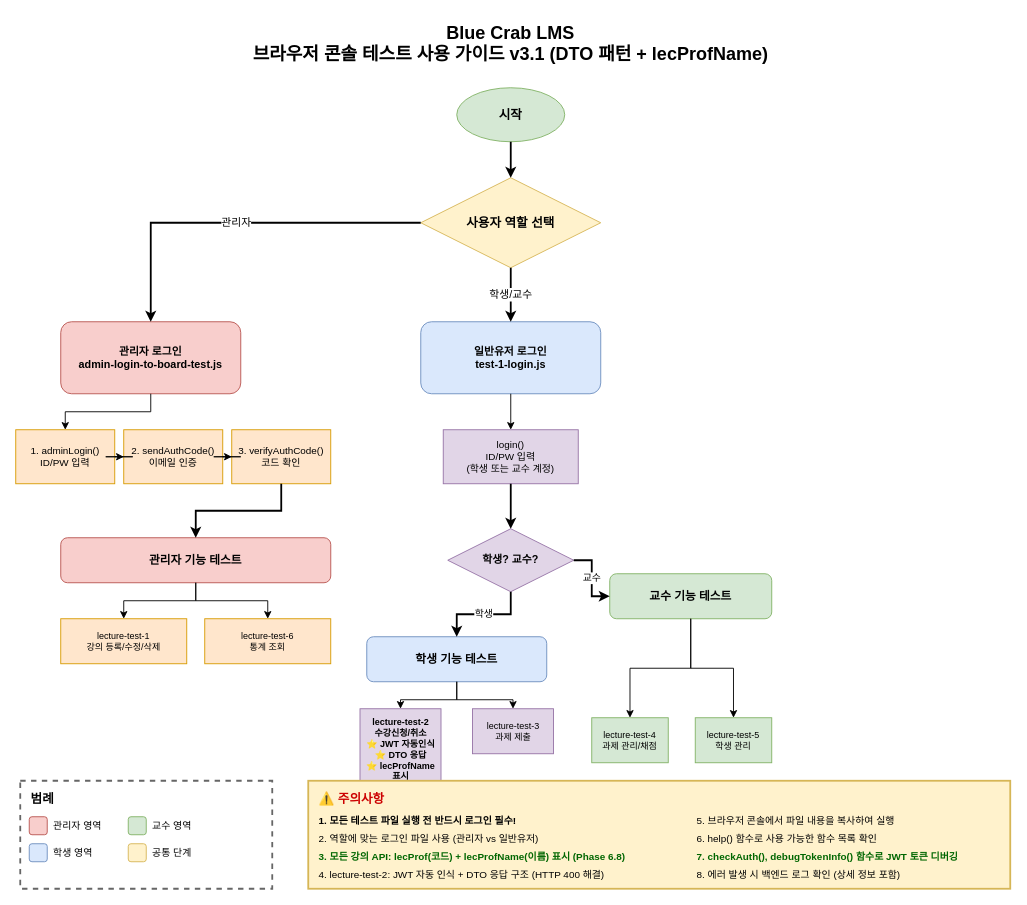
Before: backend/BlueCrab/docs/강의관련기능/브라우저콘솔테스트/usage-diagram.drawio in hooting76/blue-crab-lms, a draw.io diagram. Source tidied: cells renumbered, new cells numbered last; positions are measured from the earlier drawing's top-left corner, leaving out a move shared by most shapes. Both pictures are drawn from the tidied source at 90%, with x=0, y=0 at pixel (15, 15).
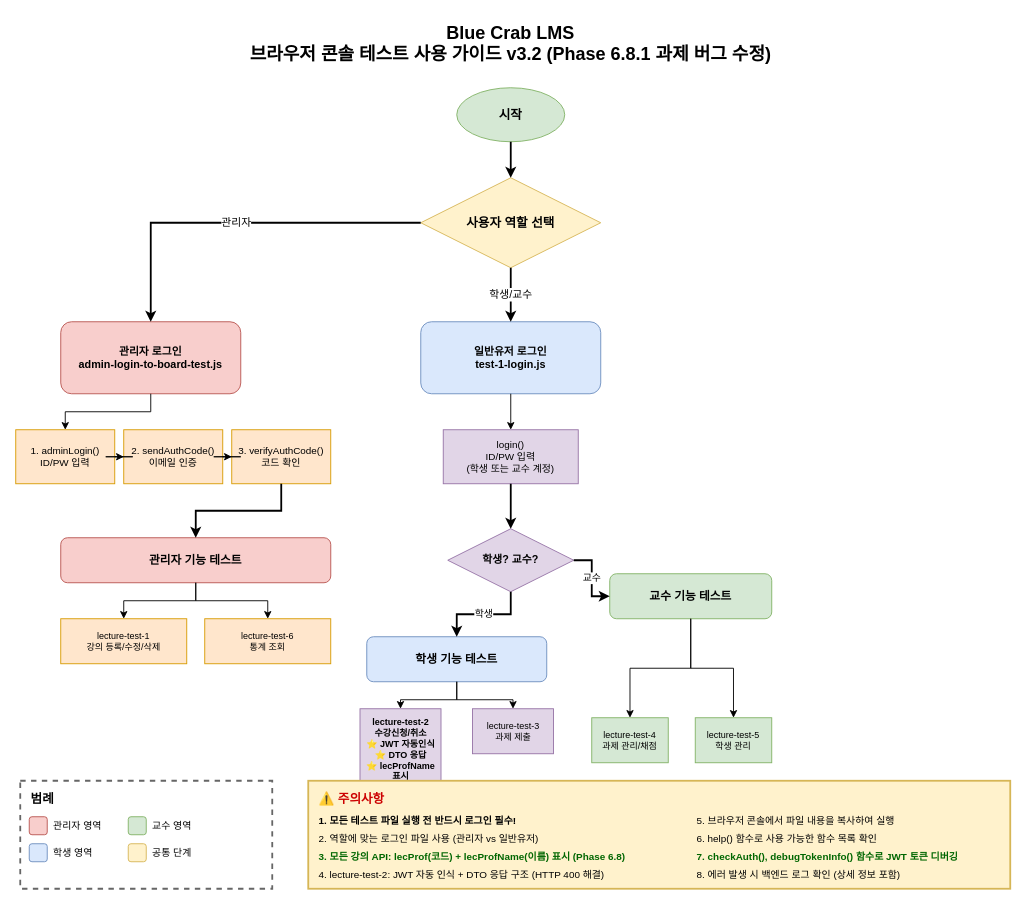
Above is the later version.

Change to the diagram source:
```diff
@@
-    <mxCell id="2" value="Blue Crab LMS&#10;브라우저 콘솔 테스트 사용 가이드 v3.1 (DTO 패턴 + lecProfName)" style="text;html=1;strokeColor=none;fillColor=default;align=center;verticalAlign=middle;whiteSpace=wrap;rounded=0;fontSize=20;fontStyle=1;" parent="1" vertex="1">
+    <mxCell id="2" value="Blue Crab LMS&#10;브라우저 콘솔 테스트 사용 가이드 v3.2 (Phase 6.8.1 과제 버그 수정)" style="text;html=1;strokeColor=none;fillColor=default;align=center;verticalAlign=middle;whiteSpace=wrap;rounded=0;fontSize=20;fontStyle=1;" parent="1" vertex="1">
       <mxGeometry x="250" width="600" height="60" as="geometry" />
     </mxCell>
```
